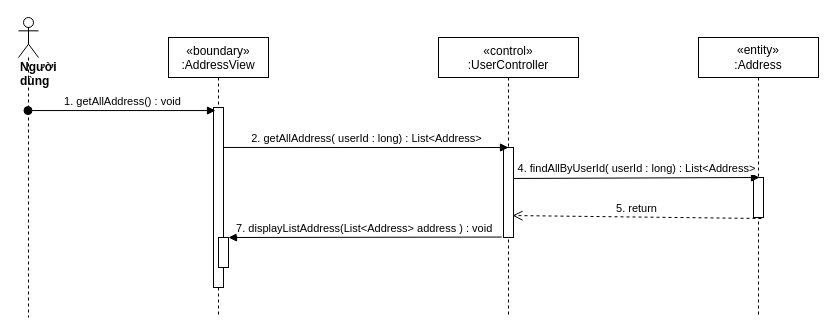
Before: sequence diagram/view-addresses-sequence-diagram.drawio in nguyenphamvan/datn_20202, a draw.io diagram. Source tidied: cells renumbered, new cells numbered last; positions are measured from the earlier drawing's top-left corner, leaving out a move shared by most shapes. Both pictures are drawn from the tidied source at 100%, with x=0, y=0 at pixel (18, 17).
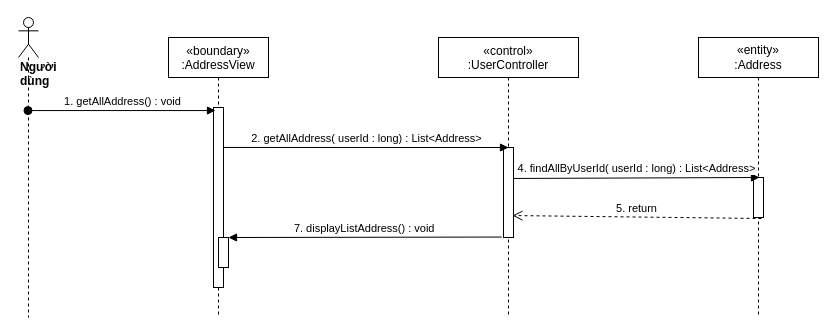
After the change.

The edit, as a diff of the source:
```diff
@@
 <mxGraphModel>
   <root>
     <mxCell id="0" />
     <mxCell id="1" parent="0" />
     <mxCell id="2" value="«boundary»&#10;:AddressView" style="shape=umlLifeline;perimeter=lifelinePerimeter;rounded=0;shadow=0;strokeWidth=1;" parent="1" vertex="1">
       <mxGeometry x="150" y="20" width="100" height="280" as="geometry" />
     </mxCell>
     <mxCell id="3" style="html=1;points=[];perimeter=orthogonalPerimeter;" parent="2" vertex="1">
       <mxGeometry x="45" y="70" width="10" height="180" as="geometry" />
     </mxCell>
     <mxCell id="4" value="«control»&#10;:UserController" style="shape=umlLifeline;perimeter=lifelinePerimeter;rounded=0;shadow=0;strokeWidth=1;size=40;" parent="1" vertex="1">
       <mxGeometry x="420" y="20" width="140" height="280" as="geometry" />
     </mxCell>
     <mxCell id="5" style="points=[];perimeter=orthogonalPerimeter;rounded=0;shadow=0;strokeWidth=1;" parent="4" vertex="1">
       <mxGeometry x="65" y="110" width="10" height="90" as="geometry" />
     </mxCell>
     <mxCell id="6" value="&lt;div&gt;&lt;b&gt;Người dùng&lt;/b&gt;&lt;/div&gt;" style="shape=umlLifeline;participant=umlActor;perimeter=lifelinePerimeter;whiteSpace=wrap;html=1;verticalAlign=top;spacingTop=36;outlineConnect=0;align=left;" parent="1" vertex="1">
       <mxGeometry width="20" height="300" as="geometry" />
     </mxCell>
     <mxCell id="7" value="1. getAllAddress() : void" style="html=1;verticalAlign=bottom;startArrow=oval;startFill=1;endArrow=block;startSize=8;entryX=0.2;entryY=0.017;entryDx=0;entryDy=0;entryPerimeter=0;" parent="1" edge="1" source="6" target="3">
       <mxGeometry relative="1" as="geometry" />
     </mxCell>
     <mxCell id="8" value="2. getAllAddress( userId : long) : List&amp;lt;Address&amp;gt;" style="html=1;verticalAlign=bottom;endArrow=block;entryX=0.5;entryY=0;entryDx=0;entryDy=0;entryPerimeter=0;exitX=0.98;exitY=0.222;exitDx=0;exitDy=0;exitPerimeter=0;" parent="1" edge="1" source="3" target="5">
       <mxGeometry relative="1" as="geometry" />
     </mxCell>
     <mxCell id="9" value="&lt;span&gt;«entity»&lt;br&gt;&lt;/span&gt;:Address" style="shape=umlLifeline;perimeter=lifelinePerimeter;whiteSpace=wrap;html=1;" parent="1" vertex="1">
       <mxGeometry x="680" y="20" width="120" height="280" as="geometry" />
     </mxCell>
     <mxCell id="10" style="points=[];perimeter=orthogonalPerimeter;rounded=0;shadow=0;strokeWidth=1;" parent="9" vertex="1">
       <mxGeometry x="55" y="140" width="10" height="40" as="geometry" />
     </mxCell>
     <mxCell id="11" value="4. findAllByUserId( userId : long) : List&amp;lt;Address&amp;gt;" style="html=1;verticalAlign=bottom;endArrow=block;entryX=0.6;entryY=0;entryDx=0;entryDy=0;entryPerimeter=0;exitX=1;exitY=0.344;exitDx=0;exitDy=0;exitPerimeter=0;" parent="1" edge="1" source="5" target="10">
       <mxGeometry relative="1" as="geometry" />
     </mxCell>
     <mxCell id="12" value="5. return" style="html=1;verticalAlign=bottom;endArrow=open;dashed=1;endSize=8;exitX=0.8;exitY=1.025;exitDx=0;exitDy=0;exitPerimeter=0;entryX=0.9;entryY=0.756;entryDx=0;entryDy=0;entryPerimeter=0;" parent="1" edge="1" source="10" target="5">
       <mxGeometry relative="1" as="geometry" />
     </mxCell>
-    <mxCell id="13" value="7. displayListAddress(List&lt;Address&gt; address ) : void" style="verticalAlign=bottom;endArrow=block;shadow=0;strokeWidth=1;exitX=-0.18;exitY=0.995;exitDx=0;exitDy=0;exitPerimeter=0;" parent="1" edge="1" source="5" target="14">
+    <mxCell id="13" value="7. displayListAddress() : void" style="verticalAlign=bottom;endArrow=block;shadow=0;strokeWidth=1;exitX=-0.18;exitY=0.995;exitDx=0;exitDy=0;exitPerimeter=0;" parent="1" edge="1" source="5" target="14">
       <mxGeometry relative="1" as="geometry" />
     </mxCell>
     <mxCell id="14" style="html=1;points=[];perimeter=orthogonalPerimeter;" parent="1" vertex="1">
       <mxGeometry x="200" y="220" width="10" height="30" as="geometry" />
     </mxCell>
   </root>
 </mxGraphModel>
```
